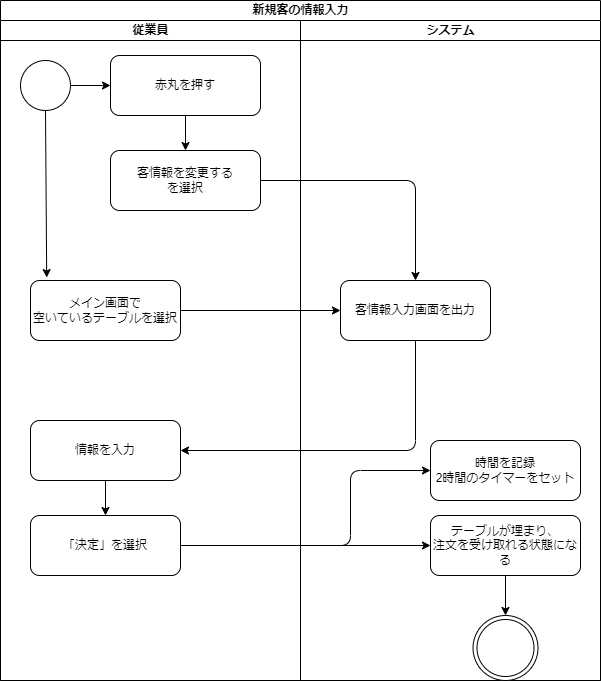
The draw.io diagram psp4/アクティビティ図/アクティビティ図_新規客.drawio.png in MasakiHiguchi/---, before a commit. Source tidied: cells renumbered, new cells last; positions are measured from the earlier drawing's top-left corner, leaving out a move shared by most shapes.
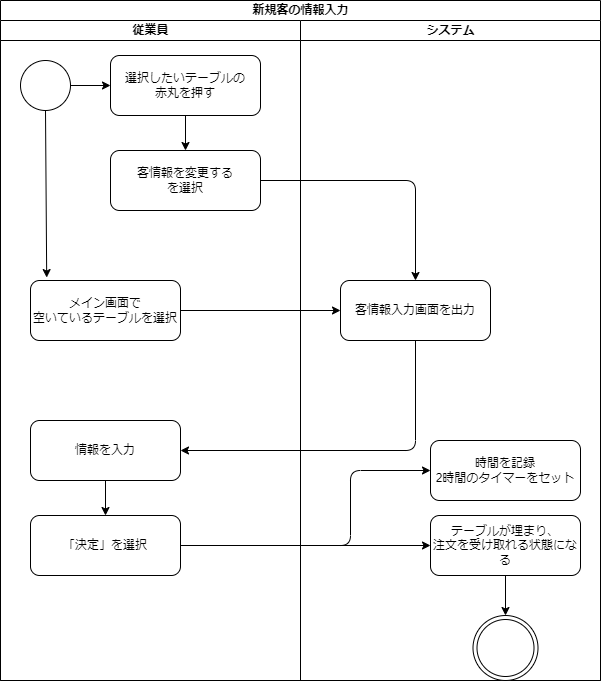
After the commit.

Change to the diagram source:
```diff
@@ -26,7 +26,7 @@
     <mxCell id="9" style="endArrow=classic;html=1;entryX=0.5;entryY=0;entryDx=0;entryDy=0;exitX=0.5;exitY=1;exitDx=0;exitDy=0;" parent="3" edge="1" source="7" target="8">
       <mxGeometry relative="1" as="geometry" />
     </mxCell>
-    <mxCell id="10" value="赤丸を押す" style="rounded=1;whiteSpace=wrap;html=1;" parent="3" vertex="1">
+    <mxCell id="10" value="選択したいテーブルの&lt;br&gt;赤丸を押す" style="rounded=1;whiteSpace=wrap;html=1;" parent="3" vertex="1">
       <mxGeometry x="110" y="35" width="150" height="60" as="geometry" />
     </mxCell>
     <mxCell id="11" style="endArrow=classic;html=1;exitX=1;exitY=0.5;exitDx=0;exitDy=0;entryX=0;entryY=0.5;entryDx=0;entryDy=0;" parent="3" edge="1" source="4" target="10">
```
